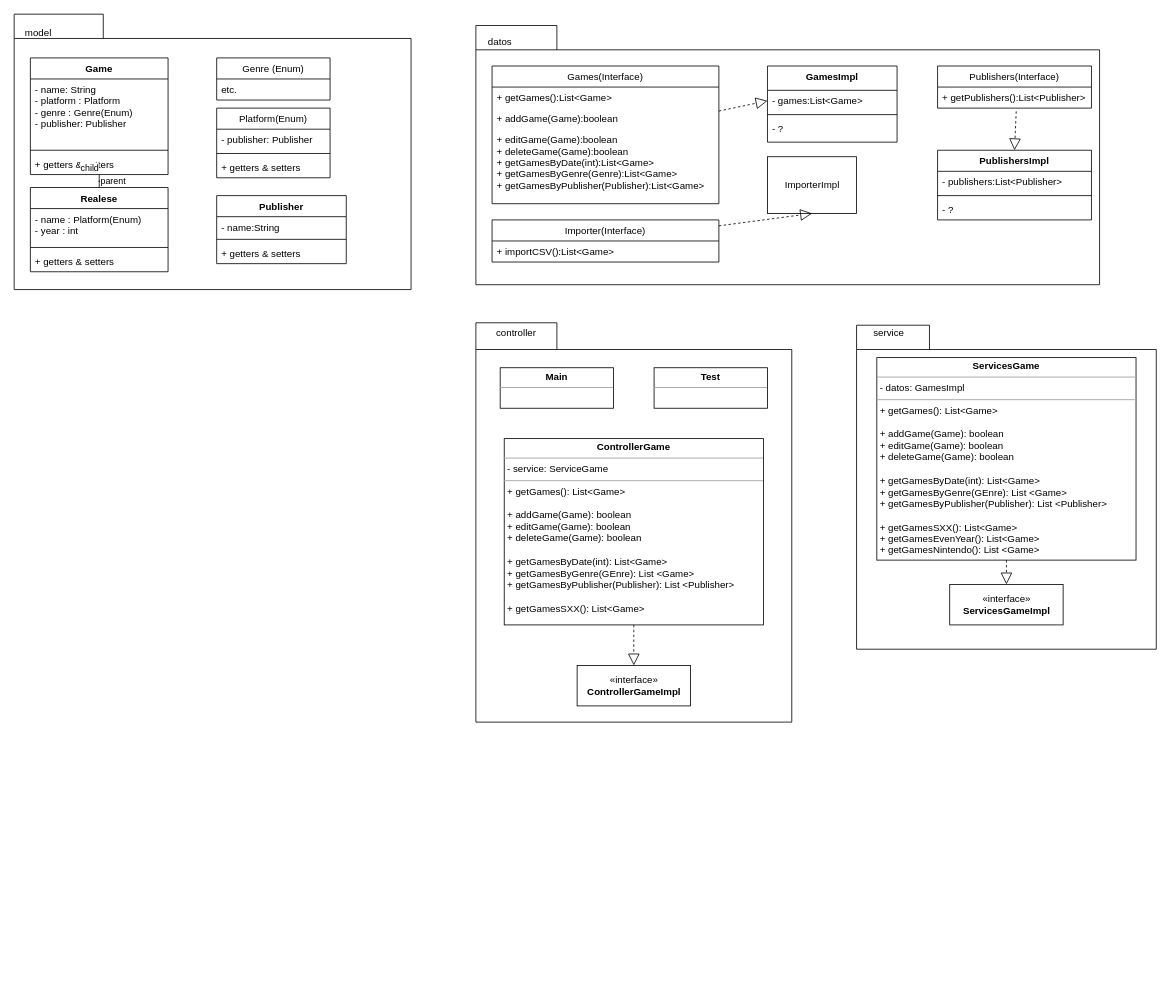
Above: LucaSteam.drawio in jmarqo/jenkinsTest (draw.io), before the change. Source tidied: cells renumbered, new cells numbered last; positions are measured from the earlier drawing's top-left corner, leaving out a move shared by most shapes. Both pictures are drawn from the tidied source at 81%, with x=0, y=0 at pixel (14, 14).
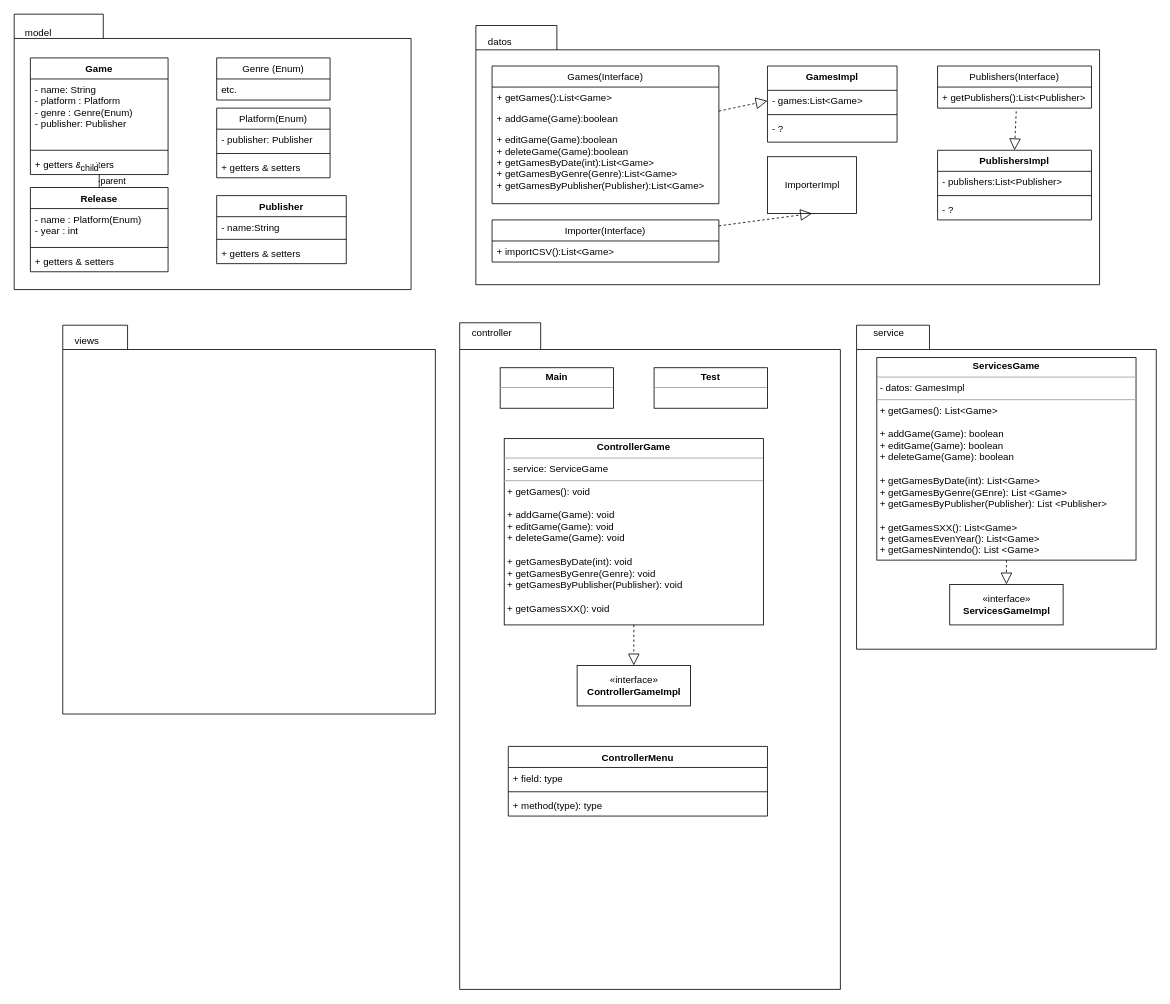
After the change.

Change to the diagram source:
```diff
@@
-    <mxCell id="8" value="Realese" style="swimlane;fontStyle=1;align=center;verticalAlign=top;horizontal=1;startSize=26;" parent="1" vertex="1">
+    <mxCell id="8" value="Release" style="swimlane;fontStyle=1;align=center;verticalAlign=top;horizontal=1;startSize=26;" parent="1" vertex="1">
       <mxGeometry x="20" y="214" width="170" height="104" as="geometry" />
     </mxCell>
@@
     <mxCell id="47" style="shape=folder;fontStyle=1;spacingTop=10;tabWidth=100;tabHeight=33;tabPosition=left;html=1;" parent="1" vertex="1">
-      <mxGeometry x="570" y="381" width="390" height="493" as="geometry" />
+      <mxGeometry x="550" y="381" width="470" height="823" as="geometry" />
     </mxCell>
     <mxCell id="48" value="controller" style="text;html=1;strokeColor=none;fillColor=none;align=center;verticalAlign=middle;whiteSpace=wrap;rounded=0;" parent="1" vertex="1">
-      <mxGeometry x="600" y="384" width="40" height="20" as="geometry" />
+      <mxGeometry x="570" y="384" width="40" height="20" as="geometry" />
     </mxCell>
@@
-    <mxCell id="51" value="&lt;p style=&quot;margin: 0px ; margin-top: 4px ; text-align: center&quot;&gt;&lt;b&gt;ControllerGame&lt;/b&gt;&lt;/p&gt;&lt;hr size=&quot;1&quot;&gt;&lt;p style=&quot;margin: 0px ; margin-left: 4px&quot;&gt;- service: ServiceGame&lt;/p&gt;&lt;hr size=&quot;1&quot;&gt;&lt;p style=&quot;margin: 0px ; margin-left: 4px&quot;&gt;+ getGames(): List&amp;lt;Game&amp;gt;&lt;/p&gt;&lt;p style=&quot;margin: 0px ; margin-left: 4px&quot;&gt;&lt;br&gt;&lt;/p&gt;&lt;p style=&quot;margin: 0px ; margin-left: 4px&quot;&gt;+ addGame(Game): boolean&lt;/p&gt;&lt;p style=&quot;margin: 0px ; margin-left: 4px&quot;&gt;+ editGame(Game): boolean&lt;/p&gt;&lt;p style=&quot;margin: 0px ; margin-left: 4px&quot;&gt;+ deleteGame(Game): boolean&lt;/p&gt;&lt;p style=&quot;margin: 0px ; margin-left: 4px&quot;&gt;&lt;br&gt;&lt;/p&gt;&lt;p style=&quot;margin: 0px ; margin-left: 4px&quot;&gt;+ getGamesByDate(int): List&amp;lt;Game&amp;gt;&lt;/p&gt;&lt;p style=&quot;margin: 0px ; margin-left: 4px&quot;&gt;+ getGamesByGenre(GEnre): List &amp;lt;Game&amp;gt;&lt;/p&gt;&lt;p style=&quot;margin: 0px ; margin-left: 4px&quot;&gt;+ getGamesByPublisher(Publisher): List &amp;lt;Publisher&amp;gt;&lt;/p&gt;&lt;p style=&quot;margin: 0px ; margin-left: 4px&quot;&gt;&lt;br&gt;&lt;/p&gt;&lt;p style=&quot;margin: 0px ; margin-left: 4px&quot;&gt;+ getGamesSXX(): List&amp;lt;Game&amp;gt;&lt;/p&gt;" style="verticalAlign=top;align=left;overflow=fill;fontSize=12;fontFamily=Helvetica;html=1;" parent="1" vertex="1">
+    <mxCell id="51" value="&lt;p style=&quot;margin: 0px ; margin-top: 4px ; text-align: center&quot;&gt;&lt;b&gt;ControllerGame&lt;/b&gt;&lt;/p&gt;&lt;hr size=&quot;1&quot;&gt;&lt;p style=&quot;margin: 0px ; margin-left: 4px&quot;&gt;- service: ServiceGame&lt;/p&gt;&lt;hr size=&quot;1&quot;&gt;&lt;p style=&quot;margin: 0px ; margin-left: 4px&quot;&gt;+ getGames(): void&lt;/p&gt;&lt;p style=&quot;margin: 0px ; margin-left: 4px&quot;&gt;&lt;br&gt;&lt;/p&gt;&lt;p style=&quot;margin: 0px ; margin-left: 4px&quot;&gt;+ addGame(Game): void&lt;/p&gt;&lt;p style=&quot;margin: 0px ; margin-left: 4px&quot;&gt;+ editGame(Game): void&lt;/p&gt;&lt;p style=&quot;margin: 0px ; margin-left: 4px&quot;&gt;+ deleteGame(Game): void&lt;/p&gt;&lt;p style=&quot;margin: 0px ; margin-left: 4px&quot;&gt;&lt;br&gt;&lt;/p&gt;&lt;p style=&quot;margin: 0px ; margin-left: 4px&quot;&gt;+ getGamesByDate(int): void&lt;/p&gt;&lt;p style=&quot;margin: 0px ; margin-left: 4px&quot;&gt;+ getGamesByGenre(Genre): void&lt;/p&gt;&lt;p style=&quot;margin: 0px ; margin-left: 4px&quot;&gt;+ getGamesByPublisher(Publisher): void&lt;/p&gt;&lt;p style=&quot;margin: 0px ; margin-left: 4px&quot;&gt;&lt;br&gt;&lt;/p&gt;&lt;p style=&quot;margin: 0px ; margin-left: 4px&quot;&gt;+ getGamesSXX(): void&lt;/p&gt;" style="verticalAlign=top;align=left;overflow=fill;fontSize=12;fontFamily=Helvetica;html=1;" parent="1" vertex="1">
       <mxGeometry x="605" y="524" width="320" height="230" as="geometry" />
     </mxCell>
@@
+    <mxCell id="59" value="&lt;br&gt;" style="shape=folder;fontStyle=1;spacingTop=10;tabWidth=80;tabHeight=30;tabPosition=left;html=1;" parent="1" vertex="1">
+      <mxGeometry x="60" y="384" width="460" height="480" as="geometry" />
+    </mxCell>
+    <mxCell id="60" value="views" style="text;html=1;strokeColor=none;fillColor=none;align=center;verticalAlign=middle;whiteSpace=wrap;rounded=0;" parent="1" vertex="1">
+      <mxGeometry x="70" y="394" width="40" height="20" as="geometry" />
+    </mxCell>
+    <mxCell id="61" value="ControllerMenu" style="swimlane;fontStyle=1;align=center;verticalAlign=top;horizontal=1;startSize=26;" parent="1" vertex="1">
+      <mxGeometry x="610" y="904" width="320" height="86" as="geometry" />
+    </mxCell>
+    <mxCell id="62" value="+ field: type" style="text;strokeColor=none;fillColor=none;align=left;verticalAlign=top;spacingLeft=4;spacingRight=4;overflow=hidden;" parent="61" vertex="1">
+      <mxGeometry y="26" width="320" height="26" as="geometry" />
+    </mxCell>
+    <mxCell id="63" style="line;strokeWidth=1;fillColor=none;align=left;verticalAlign=middle;spacingTop=-1;spacingLeft=3;spacingRight=3;labelPosition=right;" parent="61" vertex="1">
+      <mxGeometry y="52" width="320" height="8" as="geometry" />
+    </mxCell>
+    <mxCell id="64" value="+ method(type): type" style="text;strokeColor=none;fillColor=none;align=left;verticalAlign=top;spacingLeft=4;spacingRight=4;overflow=hidden;" parent="61" vertex="1">
+      <mxGeometry y="60" width="320" height="26" as="geometry" />
+    </mxCell>
```
